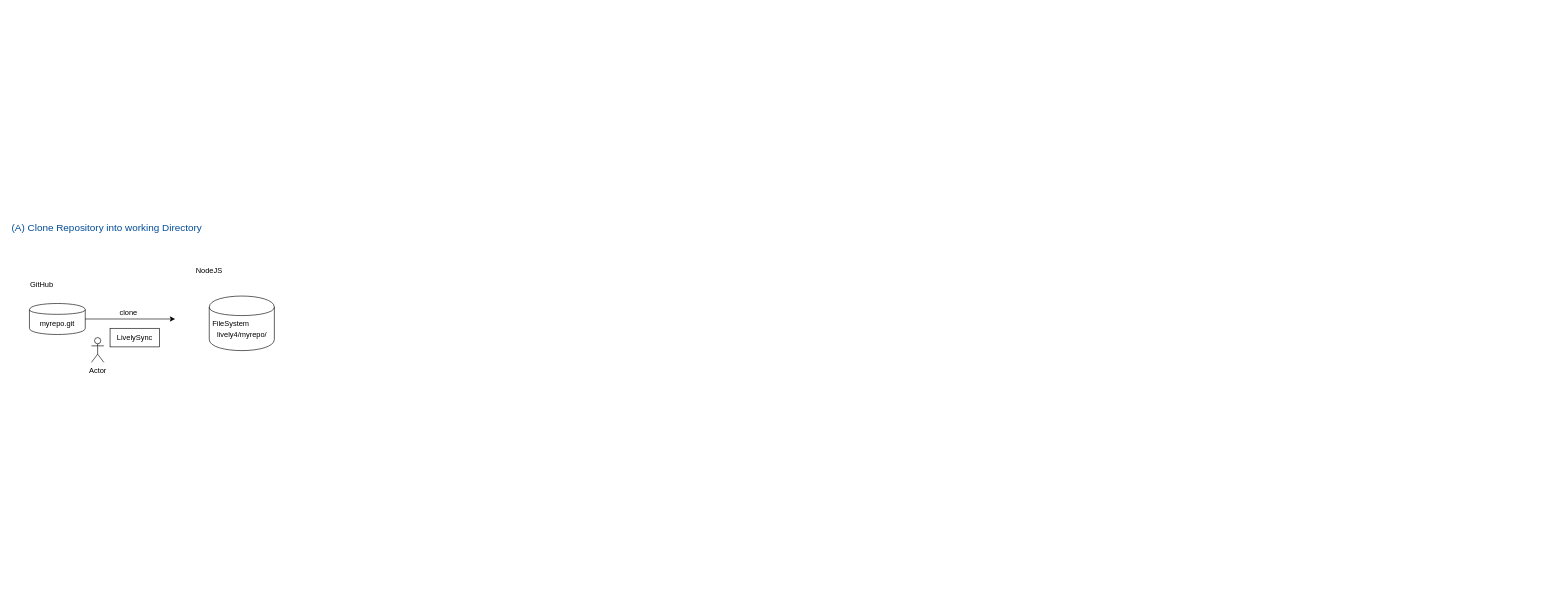
Above: doc/figures/collaboration.drawio in LivelyKernel/lively4-core (draw.io), before the change. Source tidied: cells renumbered, new cells numbered last; positions are measured from the earlier drawing's top-left corner, leaving out a move shared by most shapes. Both pictures are drawn from the tidied source at 62%, with x=0, y=0 at pixel (11, 215).
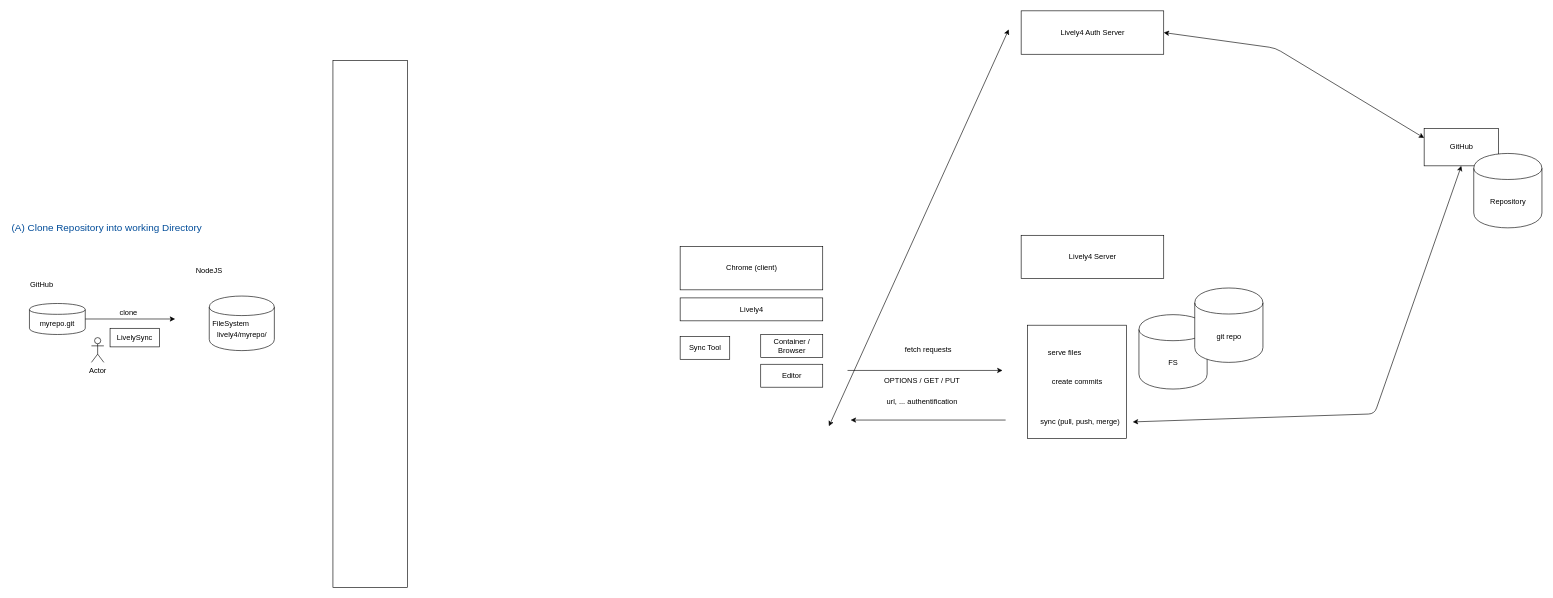
The same page after the edit.

The edit, as a diff of the source:
```diff
@@
+    <mxCell id="13" value="Lively4" style="rounded=0;whiteSpace=wrap;html=1;" parent="1" vertex="1">
+      <mxGeometry x="1079.5" y="133" width="230" height="37" as="geometry" />
+    </mxCell>
+    <mxCell id="14" value="Chrome (client)" style="rounded=0;whiteSpace=wrap;html=1;" parent="1" vertex="1">
+      <mxGeometry x="1079.5" y="50" width="230" height="70" as="geometry" />
+    </mxCell>
+    <mxCell id="15" style="rounded=0;whiteSpace=wrap;html=1;" parent="1" vertex="1">
+      <mxGeometry x="519.5" y="-250" width="120" height="850" as="geometry" />
+    </mxCell>
+    <mxCell id="16" value="Container / Browser" style="rounded=0;whiteSpace=wrap;html=1;" parent="1" vertex="1">
+      <mxGeometry x="1209.5" y="192" width="100" height="37" as="geometry" />
+    </mxCell>
+    <mxCell id="17" value="Editor" style="rounded=0;whiteSpace=wrap;html=1;" parent="1" vertex="1">
+      <mxGeometry x="1209.5" y="240" width="100" height="37" as="geometry" />
+    </mxCell>
+    <mxCell id="18" value="Lively4 Server" style="rounded=0;whiteSpace=wrap;html=1;" parent="1" vertex="1">
+      <mxGeometry x="1629.5" y="32" width="230" height="70" as="geometry" />
+    </mxCell>
+    <mxCell id="19" style="endArrow=classic;html=1;" parent="1" edge="1">
+      <mxGeometry relative="1" as="geometry">
+        <mxPoint x="1349.5" y="250" as="sourcePoint" />
+        <mxPoint x="1599.5" y="250" as="targetPoint" />
+      </mxGeometry>
+    </mxCell>
+    <mxCell id="20" style="endArrow=classic;html=1;" parent="1" edge="1">
+      <mxGeometry relative="1" as="geometry">
+        <mxPoint x="1604.5" y="330" as="sourcePoint" />
+        <mxPoint x="1354.5" y="330" as="targetPoint" />
+      </mxGeometry>
+    </mxCell>
+    <mxCell id="21" value="fetch requests" style="text;html=1;strokeColor=none;fillColor=none;align=center;verticalAlign=middle;whiteSpace=wrap;rounded=0;" parent="1" vertex="1">
+      <mxGeometry x="1419.5" y="207" width="120" height="20" as="geometry" />
+    </mxCell>
+    <mxCell id="22" value="OPTIONS / GET / PUT" style="text;html=1;strokeColor=none;fillColor=none;align=center;verticalAlign=middle;whiteSpace=wrap;rounded=0;" parent="1" vertex="1">
+      <mxGeometry x="1389.5" y="257" width="160" height="20" as="geometry" />
+    </mxCell>
+    <mxCell id="23" value="url, ... authentification" style="text;html=1;strokeColor=none;fillColor=none;align=center;verticalAlign=middle;whiteSpace=wrap;rounded=0;" parent="1" vertex="1">
+      <mxGeometry x="1409.5" y="290" width="120" height="20" as="geometry" />
+    </mxCell>
+    <mxCell id="24" value="FS" style="shape=cylinder;whiteSpace=wrap;html=1;boundedLbl=1;backgroundOutline=1;" parent="1" vertex="1">
+      <mxGeometry x="1819.5" y="160" width="110" height="120" as="geometry" />
+    </mxCell>
+    <mxCell id="25" value="git repo" style="shape=cylinder;whiteSpace=wrap;html=1;boundedLbl=1;backgroundOutline=1;" parent="1" vertex="1">
+      <mxGeometry x="1909.5" y="117" width="110" height="120" as="geometry" />
+    </mxCell>
+    <mxCell id="26" style="rounded=0;whiteSpace=wrap;html=1;" parent="1" vertex="1">
+      <mxGeometry x="1639.5" y="177" width="160" height="183" as="geometry" />
+    </mxCell>
+    <mxCell id="27" value="serve files" style="text;html=1;strokeColor=none;fillColor=none;align=center;verticalAlign=middle;whiteSpace=wrap;rounded=0;" parent="1" vertex="1">
+      <mxGeometry x="1639.5" y="212" width="120" height="20" as="geometry" />
+    </mxCell>
+    <mxCell id="28" value="sync (pull, push, merge)" style="text;html=1;strokeColor=none;fillColor=none;align=center;verticalAlign=middle;whiteSpace=wrap;rounded=0;" parent="1" vertex="1">
+      <mxGeometry x="1639.5" y="323" width="170" height="20" as="geometry" />
+    </mxCell>
+    <mxCell id="29" value="Lively4 Auth Server" style="rounded=0;whiteSpace=wrap;html=1;" parent="1" vertex="1">
+      <mxGeometry x="1629.5" y="-330" width="230" height="70" as="geometry" />
+    </mxCell>
+    <mxCell id="30" style="endArrow=classic;startArrow=classic;html=1;" parent="1" edge="1">
+      <mxGeometry relative="1" as="geometry">
+        <mxPoint x="1319.5" y="340" as="sourcePoint" />
+        <mxPoint x="1609.5" y="-300" as="targetPoint" />
+      </mxGeometry>
+    </mxCell>
+    <mxCell id="31" value="Sync Tool" style="rounded=0;whiteSpace=wrap;html=1;" parent="1" vertex="1">
+      <mxGeometry x="1079.5" y="195" width="80" height="37" as="geometry" />
+    </mxCell>
+    <mxCell id="32" value="create commits" style="text;html=1;strokeColor=none;fillColor=none;align=center;verticalAlign=middle;whiteSpace=wrap;rounded=0;" parent="1" vertex="1">
+      <mxGeometry x="1659.5" y="258.5" width="120" height="20" as="geometry" />
+    </mxCell>
+    <mxCell id="33" value="GitHub" style="rounded=0;whiteSpace=wrap;html=1;" parent="1" vertex="1">
+      <mxGeometry x="2279.5" y="-140" width="120" height="60" as="geometry" />
+    </mxCell>
+    <mxCell id="34" value="Repository" style="shape=cylinder;whiteSpace=wrap;html=1;boundedLbl=1;backgroundOutline=1;" parent="1" vertex="1">
+      <mxGeometry x="2359.5" y="-100" width="110" height="120" as="geometry" />
+    </mxCell>
+    <mxCell id="35" style="endArrow=classic;startArrow=classic;html=1;exitX=1;exitY=0.5;exitDx=0;exitDy=0;entryX=0.5;entryY=1;entryDx=0;entryDy=0;" parent="1" edge="1" source="28" target="33">
+      <mxGeometry relative="1" as="geometry">
+        <Array as="points">
+          <mxPoint x="2199.5" y="320" />
+        </Array>
+      </mxGeometry>
+    </mxCell>
+    <mxCell id="36" style="endArrow=classic;startArrow=classic;html=1;exitX=1;exitY=0.5;exitDx=0;exitDy=0;entryX=0;entryY=0.25;entryDx=0;entryDy=0;" parent="1" edge="1" source="29" target="33">
+      <mxGeometry relative="1" as="geometry">
+        <Array as="points">
+          <mxPoint x="2039.5" y="-270" />
+        </Array>
+      </mxGeometry>
+    </mxCell>
```
